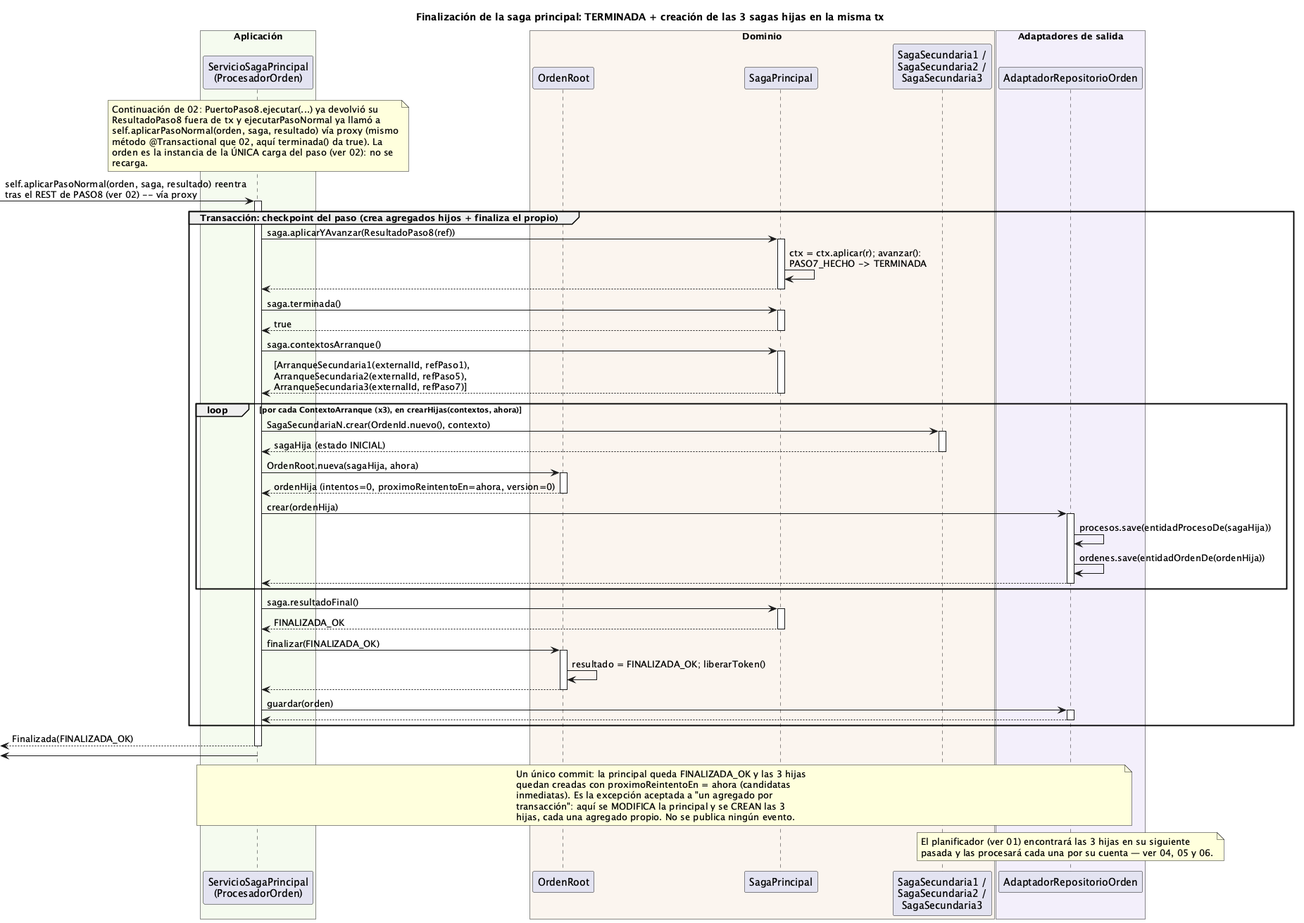
This is order-manager/docs/03-finalizacion-saga-principal.png from ralcazar/patrones, a PlantUML export, as it was before one commit.
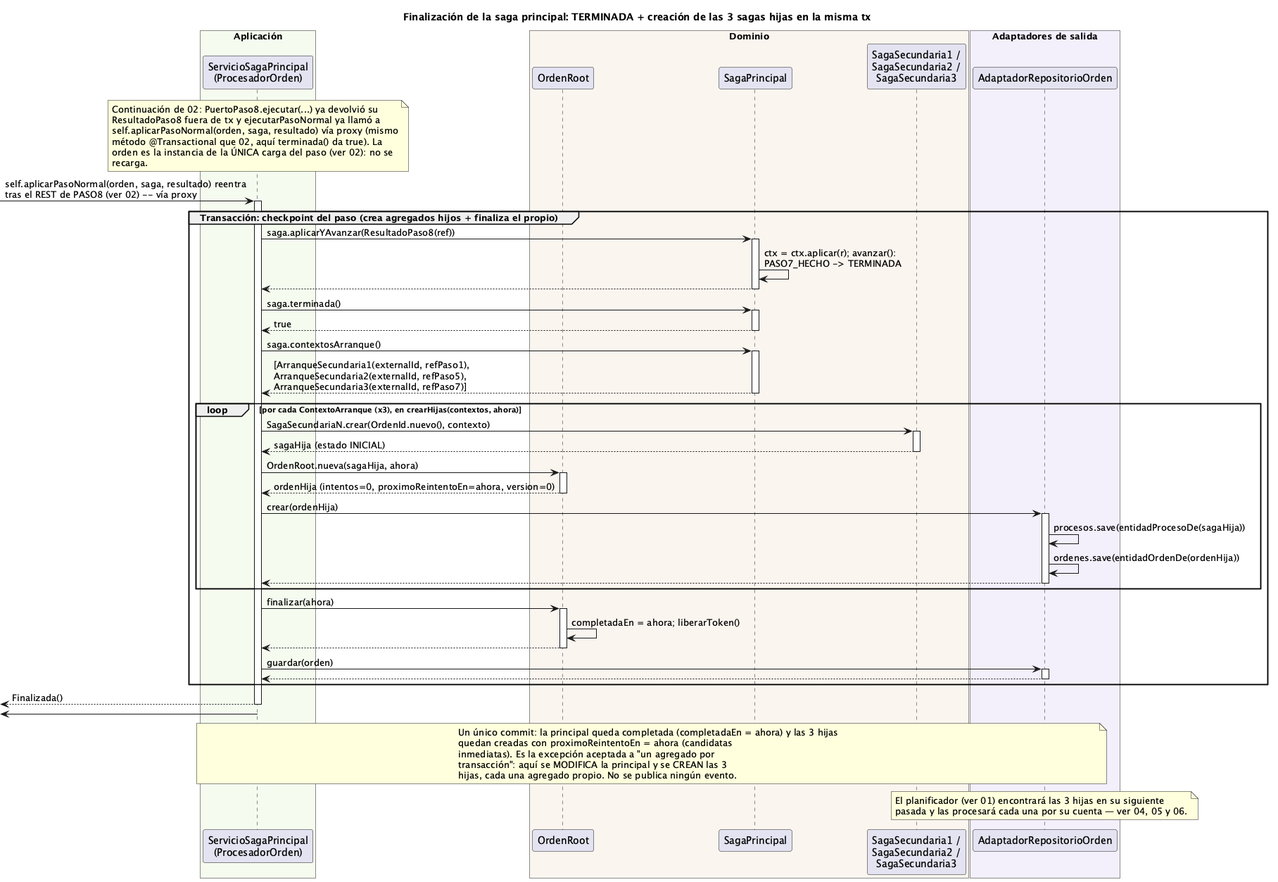
After the change.

Change to the diagram source:
```diff
@@ -46,20 +46,18 @@
     return
   end
 
-  ORQ -> SAGA ++ : saga.resultadoFinal()
-  return FINALIZADA_OK
-  ORQ -> ORDEN ++ : finalizar(FINALIZADA_OK)
-  ORDEN -> ORDEN : resultado = FINALIZADA_OK; liberarToken()
+  ORQ -> ORDEN ++ : finalizar(ahora)
+  ORDEN -> ORDEN : completadaEn = ahora; liberarToken()
   return
   ORQ -> REPO ++ : guardar(orden)
   return
 end
-return Finalizada(FINALIZADA_OK)
+return Finalizada()
 [<- ORQ
 deactivate ORQ
 
 note over ORQ, REPO
-  Un único commit: la principal queda FINALIZADA_OK y las 3 hijas
+  Un único commit: la principal queda completada (completadaEn = ahora) y las 3 hijas
   quedan creadas con proximoReintentoEn = ahora (candidatas
   inmediatas). Es la excepción aceptada a "un agregado por
   transacción": aquí se MODIFICA la principal y se CREAN las 3
```
